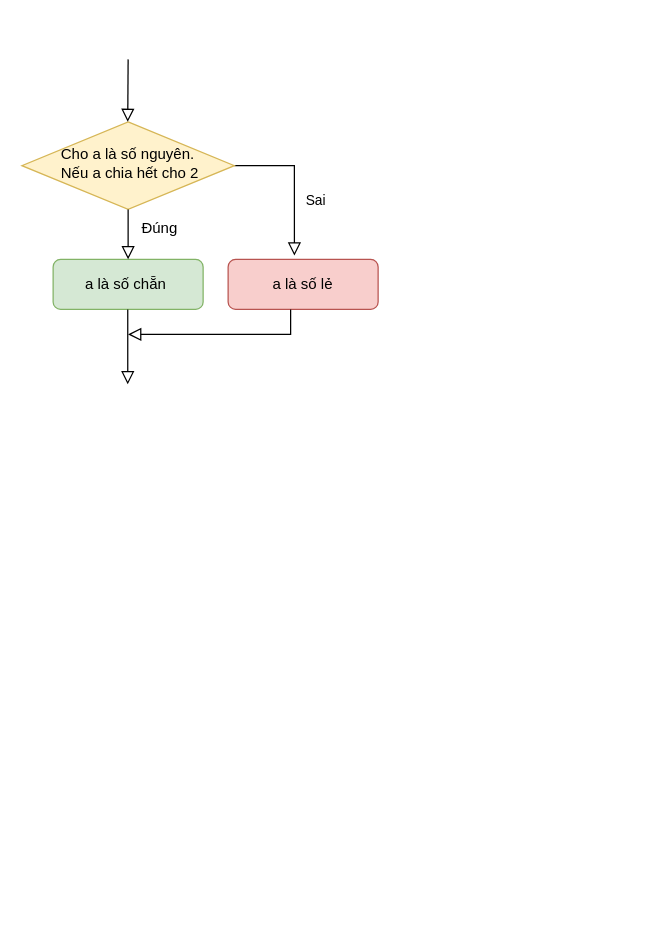
huyle84/diagrams keeps this draw.io diagram as thuatoan.drawio. Above is the earlier version. Source tidied: cells renumbered, new cells numbered last; positions are measured from the earlier drawing's top-left corner, leaving out a move shared by most shapes. Both pictures are drawn from the tidied source at 125%, with x=0, y=0 at pixel (21, 59).
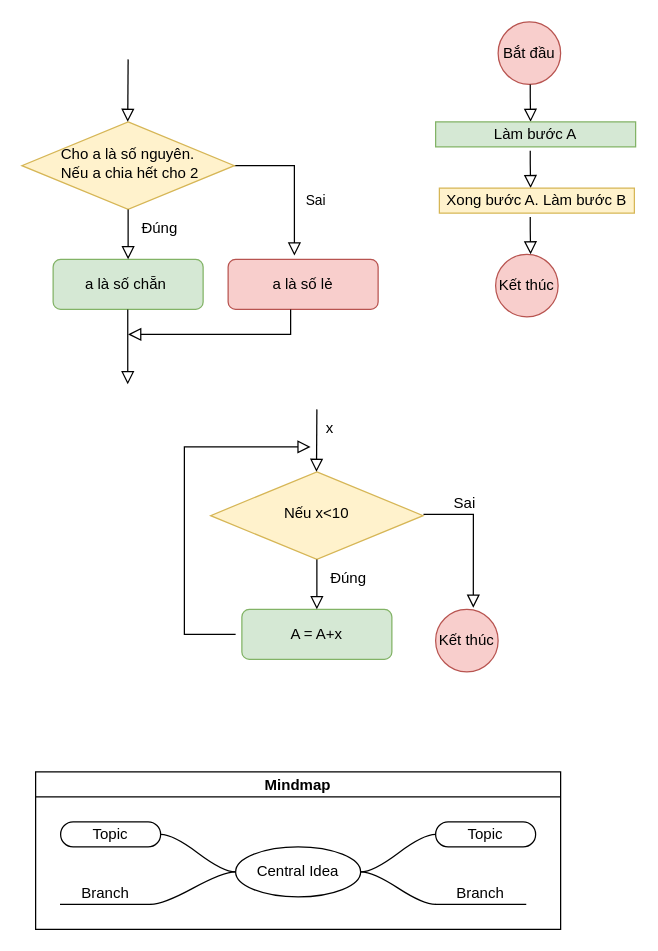
The same page after the edit.

The edit, as a diff of the source:
```diff
@@
+    <mxCell id="11" value="Bắt đầu" style="ellipse;whiteSpace=wrap;html=1;fillColor=#f8cecc;strokeColor=#b85450;" parent="1" vertex="1">
+      <mxGeometry x="381" y="-30" width="50" height="50" as="geometry" />
+    </mxCell>
+    <mxCell id="12" value="Kết thúc" style="ellipse;whiteSpace=wrap;html=1;fillColor=#f8cecc;strokeColor=#b85450;" parent="1" vertex="1">
+      <mxGeometry x="379" y="156" width="50" height="50" as="geometry" />
+    </mxCell>
+    <mxCell id="13" style="rounded=0;html=1;jettySize=auto;orthogonalLoop=1;fontSize=11;endArrow=block;endFill=0;endSize=8;strokeWidth=1;shadow=0;labelBackgroundColor=none;edgeStyle=orthogonalEdgeStyle;" parent="1" edge="1">
+      <mxGeometry relative="1" as="geometry">
+        <mxPoint x="406.7" y="20" as="sourcePoint" />
+        <mxPoint x="407" y="50" as="targetPoint" />
+        <Array as="points">
+          <mxPoint x="406.7" y="30" />
+        </Array>
+      </mxGeometry>
+    </mxCell>
+    <mxCell id="14" style="rounded=0;html=1;jettySize=auto;orthogonalLoop=1;fontSize=11;endArrow=block;endFill=0;endSize=8;strokeWidth=1;shadow=0;labelBackgroundColor=none;edgeStyle=orthogonalEdgeStyle;" parent="1" edge="1">
+      <mxGeometry relative="1" as="geometry">
+        <mxPoint x="406.7" y="73" as="sourcePoint" />
+        <mxPoint x="407" y="103" as="targetPoint" />
+        <Array as="points">
+          <mxPoint x="406.7" y="83" />
+        </Array>
+      </mxGeometry>
+    </mxCell>
+    <mxCell id="15" style="rounded=0;html=1;jettySize=auto;orthogonalLoop=1;fontSize=11;endArrow=block;endFill=0;endSize=8;strokeWidth=1;shadow=0;labelBackgroundColor=none;edgeStyle=orthogonalEdgeStyle;" parent="1" edge="1">
+      <mxGeometry relative="1" as="geometry">
+        <mxPoint x="406.7" y="126" as="sourcePoint" />
+        <mxPoint x="407" y="156" as="targetPoint" />
+        <Array as="points">
+          <mxPoint x="406.7" y="136" />
+        </Array>
+      </mxGeometry>
+    </mxCell>
+    <mxCell id="16" value="Làm bước A" style="rounded=0;whiteSpace=wrap;html=1;fillColor=#d5e8d4;strokeColor=#82b366;" parent="1" vertex="1">
+      <mxGeometry x="331" y="50" width="160" height="20" as="geometry" />
+    </mxCell>
+    <mxCell id="17" value="Xong bước A. Làm bước B" style="rounded=0;whiteSpace=wrap;html=1;fillColor=#fff2cc;strokeColor=#d6b656;" parent="1" vertex="1">
+      <mxGeometry x="334" y="103" width="156" height="20" as="geometry" />
+    </mxCell>
+    <mxCell id="18" value="Nếu x&amp;lt;10" style="rhombus;whiteSpace=wrap;html=1;shadow=0;fontFamily=Helvetica;fontSize=12;align=center;strokeWidth=1;spacing=6;spacingTop=-4;fillColor=#fff2cc;strokeColor=#d6b656;" parent="1" vertex="1">
+      <mxGeometry x="151" y="330" width="170" height="70" as="geometry" />
+    </mxCell>
+    <mxCell id="19" value="A = A+x" style="rounded=1;whiteSpace=wrap;html=1;fontSize=12;glass=0;strokeWidth=1;shadow=0;fillColor=#d5e8d4;strokeColor=#82b366;" parent="1" vertex="1">
+      <mxGeometry x="176" y="440" width="120" height="40" as="geometry" />
+    </mxCell>
+    <mxCell id="20" style="rounded=0;html=1;jettySize=auto;orthogonalLoop=1;fontSize=11;endArrow=block;endFill=0;endSize=8;strokeWidth=1;shadow=0;labelBackgroundColor=none;edgeStyle=orthogonalEdgeStyle;" parent="1" edge="1">
+      <mxGeometry relative="1" as="geometry">
+        <mxPoint x="236" y="400" as="sourcePoint" />
+        <mxPoint x="236" y="440" as="targetPoint" />
+        <Array as="points">
+          <mxPoint x="235.7" y="400" />
+        </Array>
+      </mxGeometry>
+    </mxCell>
+    <mxCell id="21" value="Đúng" style="text;html=1;align=center;verticalAlign=middle;strokeColor=none;fillColor=none;" parent="1" vertex="1">
+      <mxGeometry x="236" y="400" width="50" height="30" as="geometry" />
+    </mxCell>
+    <mxCell id="22" style="rounded=0;html=1;jettySize=auto;orthogonalLoop=1;fontSize=11;endArrow=block;endFill=0;endSize=8;strokeWidth=1;shadow=0;labelBackgroundColor=none;edgeStyle=orthogonalEdgeStyle;" parent="1" edge="1">
+      <mxGeometry relative="1" as="geometry">
+        <mxPoint x="236" y="280" as="sourcePoint" />
+        <mxPoint x="235.7" y="330" as="targetPoint" />
+        <Array as="points">
+          <mxPoint x="235.7" y="280" />
+        </Array>
+      </mxGeometry>
+    </mxCell>
+    <mxCell id="23" style="rounded=0;html=1;jettySize=auto;orthogonalLoop=1;fontSize=11;endArrow=block;endFill=0;endSize=8;strokeWidth=1;shadow=0;labelBackgroundColor=none;edgeStyle=orthogonalEdgeStyle;" parent="1" edge="1">
+      <mxGeometry relative="1" as="geometry">
+        <mxPoint x="171" y="460" as="sourcePoint" />
+        <mxPoint x="231" y="310" as="targetPoint" />
+        <Array as="points">
+          <mxPoint x="165" y="460" />
+          <mxPoint x="130" y="460" />
+          <mxPoint x="130" y="310" />
+        </Array>
+      </mxGeometry>
+    </mxCell>
+    <mxCell id="24" value="Kết thúc" style="ellipse;whiteSpace=wrap;html=1;fillColor=#f8cecc;strokeColor=#b85450;" parent="1" vertex="1">
+      <mxGeometry x="331" y="440" width="50" height="50" as="geometry" />
+    </mxCell>
+    <mxCell id="25" style="rounded=0;html=1;jettySize=auto;fontSize=11;endArrow=block;endFill=0;endSize=8;strokeWidth=1;shadow=0;labelBackgroundColor=none;edgeStyle=orthogonalEdgeStyle;entryX=0.603;entryY=-0.026;entryDx=0;entryDy=0;entryPerimeter=0;" parent="1" edge="1" target="24">
+      <mxGeometry relative="1" as="geometry">
+        <mxPoint x="321.3" y="364" as="sourcePoint" />
+        <Array as="points">
+          <mxPoint x="361" y="364" />
+          <mxPoint x="361" y="439" />
+        </Array>
+      </mxGeometry>
+    </mxCell>
+    <mxCell id="26" value="Sai" style="text;html=1;align=center;verticalAlign=middle;strokeColor=none;fillColor=none;" parent="1" vertex="1">
+      <mxGeometry x="334" y="340" width="40" height="30" as="geometry" />
+    </mxCell>
+    <mxCell id="27" value="x" style="text;html=1;align=center;verticalAlign=middle;strokeColor=none;fillColor=none;" parent="1" vertex="1">
+      <mxGeometry x="231" y="280" width="30" height="30" as="geometry" />
+    </mxCell>
+    <mxCell id="28" value="Mindmap" style="swimlane;startSize=20;horizontal=1;containerType=tree;" parent="1" vertex="1">
+      <mxGeometry x="11" y="570" width="420" height="126" as="geometry" />
+    </mxCell>
+    <mxCell id="29" style="edgeStyle=entityRelationEdgeStyle;startArrow=none;endArrow=none;segment=10;curved=1;sourcePerimeterSpacing=0;targetPerimeterSpacing=0;rounded=0;" parent="28" edge="1" source="33" target="34">
+      <mxGeometry relative="1" as="geometry" />
+    </mxCell>
+    <mxCell id="30" style="edgeStyle=entityRelationEdgeStyle;startArrow=none;endArrow=none;segment=10;curved=1;sourcePerimeterSpacing=0;targetPerimeterSpacing=0;rounded=0;" parent="28" edge="1" source="33" target="35">
+      <mxGeometry relative="1" as="geometry" />
+    </mxCell>
+    <mxCell id="31" style="edgeStyle=entityRelationEdgeStyle;startArrow=none;endArrow=none;segment=10;curved=1;sourcePerimeterSpacing=0;targetPerimeterSpacing=0;rounded=0;" parent="28" edge="1" source="33" target="36">
+      <mxGeometry relative="1" as="geometry" />
+    </mxCell>
+    <mxCell id="32" style="edgeStyle=entityRelationEdgeStyle;startArrow=none;endArrow=none;segment=10;curved=1;sourcePerimeterSpacing=0;targetPerimeterSpacing=0;rounded=0;" parent="28" edge="1" source="33" target="37">
+      <mxGeometry relative="1" as="geometry" />
+    </mxCell>
+    <mxCell id="33" value="Central Idea" style="ellipse;whiteSpace=wrap;html=1;align=center;newEdgeStyle={&quot;edgeStyle&quot;:&quot;entityRelationEdgeStyle&quot;,&quot;startArrow&quot;:&quot;none&quot;,&quot;endArrow&quot;:&quot;none&quot;,&quot;segment&quot;:10,&quot;curved&quot;:1,&quot;sourcePerimeterSpacing&quot;:0,&quot;targetPerimeterSpacing&quot;:0};" parent="28" vertex="1">
+      <mxGeometry x="160" y="60" width="100" height="40" as="geometry" />
+    </mxCell>
+    <mxCell id="34" value="Topic" style="whiteSpace=wrap;html=1;rounded=1;arcSize=50;align=center;verticalAlign=middle;strokeWidth=1;spacing=4;newEdgeStyle={&quot;edgeStyle&quot;:&quot;entityRelationEdgeStyle&quot;,&quot;startArrow&quot;:&quot;none&quot;,&quot;endArrow&quot;:&quot;none&quot;,&quot;segment&quot;:10,&quot;curved&quot;:1,&quot;sourcePerimeterSpacing&quot;:0,&quot;targetPerimeterSpacing&quot;:0};" parent="28" vertex="1">
+      <mxGeometry x="320" y="40" width="80" height="20" as="geometry" />
+    </mxCell>
+    <mxCell id="35" value="Branch" style="whiteSpace=wrap;html=1;shape=partialRectangle;top=0;left=0;bottom=1;right=0;points=[[0,1],[1,1]];fillColor=none;align=center;verticalAlign=bottom;routingCenterY=0.5;snapToPoint=1;newEdgeStyle={&quot;edgeStyle&quot;:&quot;entityRelationEdgeStyle&quot;,&quot;startArrow&quot;:&quot;none&quot;,&quot;endArrow&quot;:&quot;none&quot;,&quot;segment&quot;:10,&quot;curved&quot;:1,&quot;sourcePerimeterSpacing&quot;:0,&quot;targetPerimeterSpacing&quot;:0};" parent="28" vertex="1">
+      <mxGeometry x="320" y="80" width="72" height="26" as="geometry" />
+    </mxCell>
+    <mxCell id="36" value="Topic" style="whiteSpace=wrap;html=1;rounded=1;arcSize=50;align=center;verticalAlign=middle;strokeWidth=1;spacing=4;newEdgeStyle={&quot;edgeStyle&quot;:&quot;entityRelationEdgeStyle&quot;,&quot;startArrow&quot;:&quot;none&quot;,&quot;endArrow&quot;:&quot;none&quot;,&quot;segment&quot;:10,&quot;curved&quot;:1,&quot;sourcePerimeterSpacing&quot;:0,&quot;targetPerimeterSpacing&quot;:0};" parent="28" vertex="1">
+      <mxGeometry x="20" y="40" width="80" height="20" as="geometry" />
+    </mxCell>
+    <mxCell id="37" value="Branch" style="whiteSpace=wrap;html=1;shape=partialRectangle;top=0;left=0;bottom=1;right=0;points=[[0,1],[1,1]];fillColor=none;align=center;verticalAlign=bottom;routingCenterY=0.5;snapToPoint=1;newEdgeStyle={&quot;edgeStyle&quot;:&quot;entityRelationEdgeStyle&quot;,&quot;startArrow&quot;:&quot;none&quot;,&quot;endArrow&quot;:&quot;none&quot;,&quot;segment&quot;:10,&quot;curved&quot;:1,&quot;sourcePerimeterSpacing&quot;:0,&quot;targetPerimeterSpacing&quot;:0};" parent="28" vertex="1">
+      <mxGeometry x="20" y="80" width="72" height="26" as="geometry" />
+    </mxCell>
```
